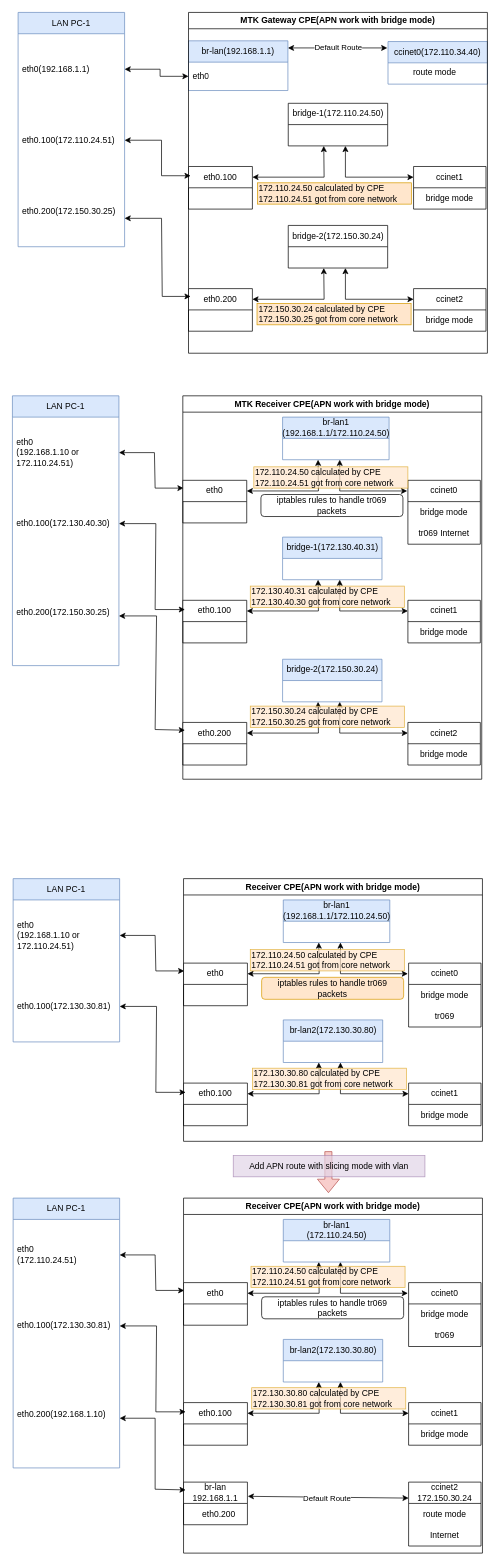
HemingT/Diagram keeps this draw.io diagram as page "MTK" (2 of 3) of Data/Untitled Diagram.drawio. Above is the earlier version. Source tidied: cells renumbered, new cells numbered last; positions are measured from the earlier drawing's top-left corner, leaving out a move shared by most shapes. Both pictures are drawn from the tidied source at 71%, with x=0, y=0 at pixel (12, 12).
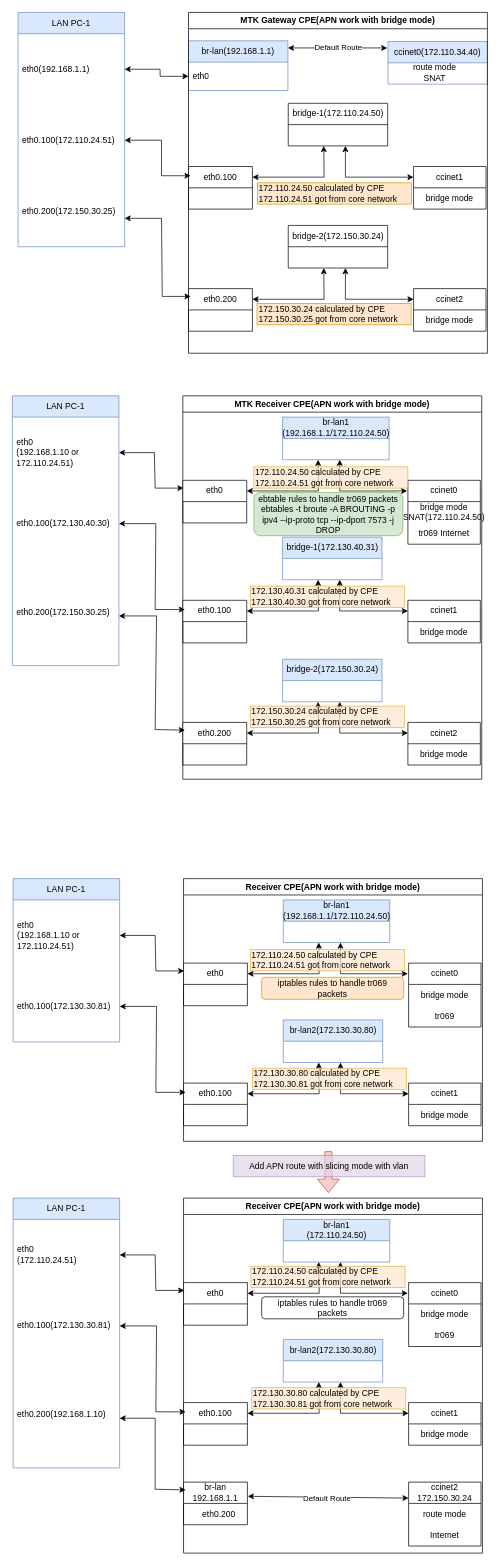
The same page after the edit.

The change refers to these unchanged cells:
```xml
<mxCell id="35" value="MTK Receiver CPE(APN work with bridge mode)" style="swimlane;whiteSpace=wrap;html=1;" parent="1" vertex="1">
  <mxGeometry x="240" y="540" width="421" height="540" as="geometry" />
</mxCell>
<mxCell id="50" value="ccinet0" style="swimlane;fontStyle=0;horizontal=1;startSize=30;whiteSpace=wrap;html=1;" parent="35" vertex="1">
  <mxGeometry x="317" y="119" width="102" height="90" as="geometry" />
</mxCell>
```

Diff of the diagram source:
```diff
@@
-    <mxCell id="29" value="route mode" style="text;html=1;whiteSpace=wrap;strokeColor=none;fillColor=none;align=center;verticalAlign=middle;rounded=0;" parent="1" vertex="1">
+    <mxCell id="29" value="route mode&lt;br&gt;SNAT" style="text;html=1;whiteSpace=wrap;strokeColor=none;fillColor=none;align=center;verticalAlign=middle;rounded=0;" parent="1" vertex="1">
       <mxGeometry x="550" y="70" width="90" height="30" as="geometry" />
     </mxCell>
@@
-    <mxCell id="51" value="bridge mode" style="text;html=1;whiteSpace=wrap;strokeColor=none;fillColor=none;align=center;verticalAlign=middle;rounded=0;" parent="50" vertex="1">
+    <mxCell id="51" value="bridge mode&lt;br&gt;SNAT(172.110.24.50)" style="text;html=1;whiteSpace=wrap;strokeColor=none;fillColor=none;align=center;verticalAlign=middle;rounded=0;" parent="50" vertex="1">
       <mxGeometry y="30" width="102" height="30" as="geometry" />
     </mxCell>
@@
-    <mxCell id="55" value="&lt;span style=&quot;text-align: left;&quot;&gt;iptables rules to handle tr069 packets&lt;/span&gt;" style="rounded=1;whiteSpace=wrap;html=1;" parent="35" vertex="1">
-      <mxGeometry x="110" y="139" width="200" height="31" as="geometry" />
+    <mxCell id="55" value="&lt;span style=&quot;text-align: left;&quot;&gt;ebtable rules to handle tr069 packets&lt;br&gt;ebtables -t broute -A BROUTING -p ipv4 --ip-proto tcp --ip-dport 7573 -j DROP&lt;/span&gt;" style="rounded=1;whiteSpace=wrap;html=1;fillColor=#d5e8d4;strokeColor=#82b366;" parent="35" vertex="1">
+      <mxGeometry x="100" y="136" width="210" height="61" as="geometry" />
     </mxCell>
```
